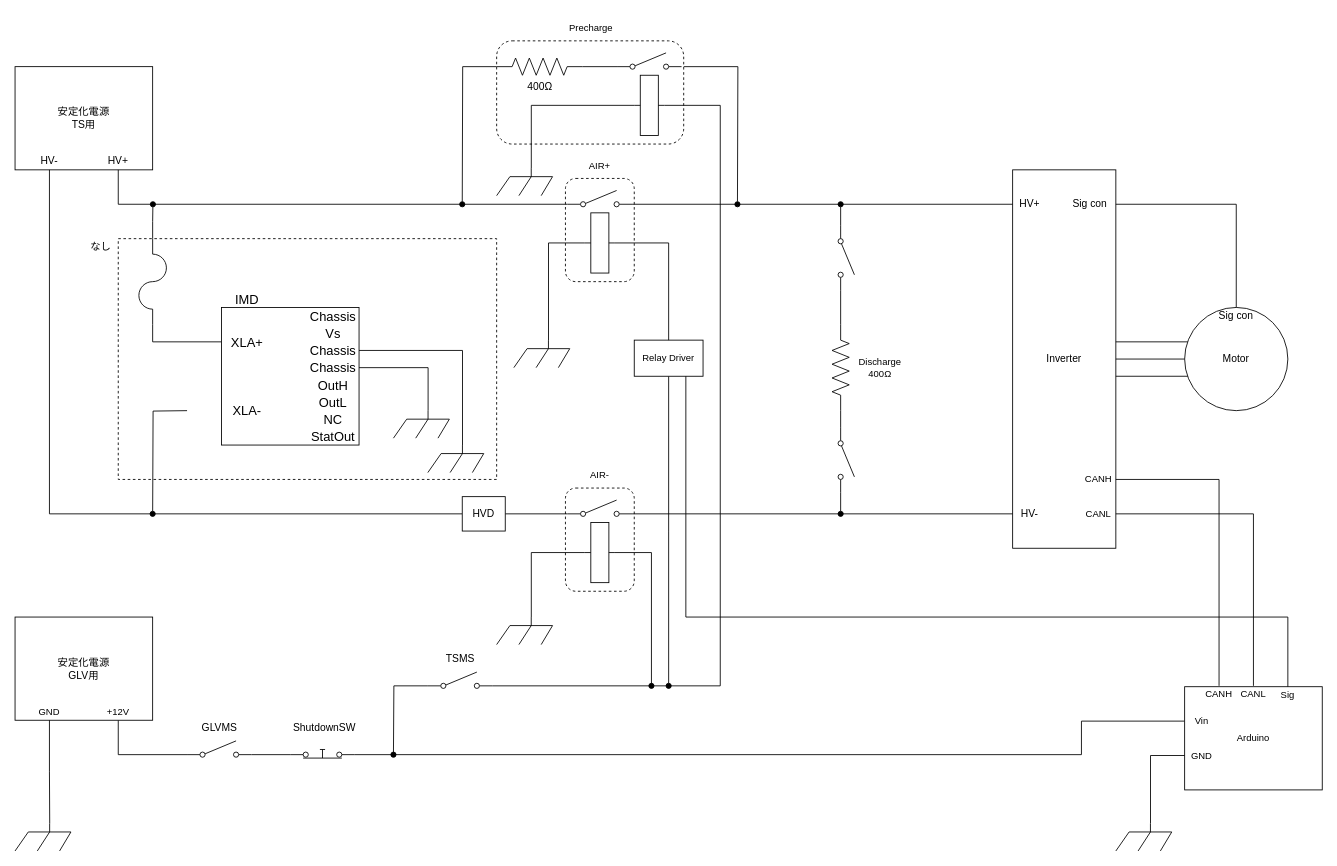
This is page "InverterTestCircuit" (6 of 6) of EVCircuit.drawio from ST04-tkmr/drawio_Schematics, a draw.io file, before an edit. Source tidied: cells renumbered, new cells numbered last; positions are measured from the earlier drawing's top-left corner, leaving out a move shared by most shapes. Both pictures are drawn from the tidied source at 86%, with x=0, y=0 at pixel (15, 15).
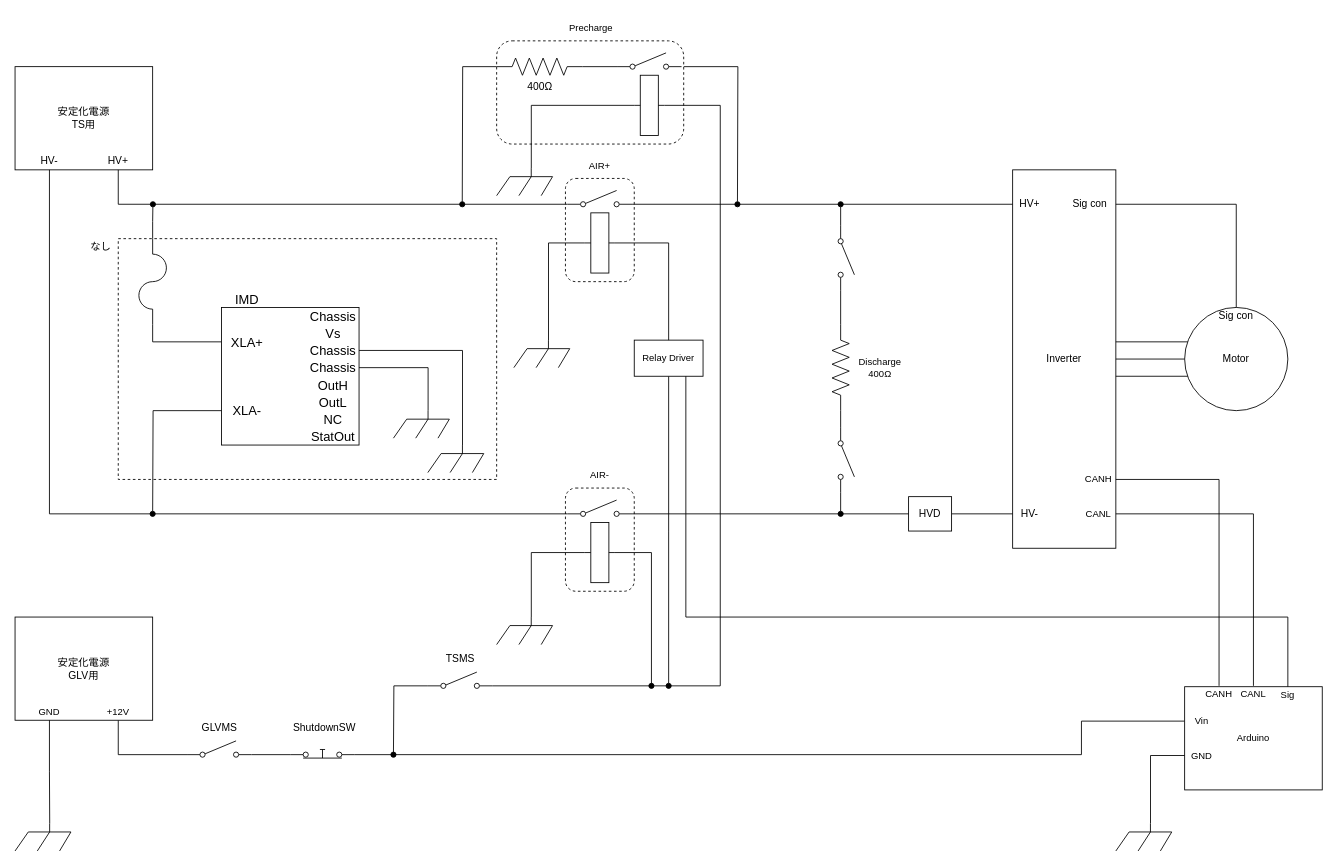
The same page after the edit.

Commit message (it also covers changes not shown here):
EVCircuit.drawio を更新します

The change refers to these unchanged cells:
```xml
<mxCell id="6" value="HV-" style="text;strokeColor=none;align=center;fillColor=none;html=1;verticalAlign=middle;whiteSpace=wrap;rounded=0;" parent="1" vertex="1">
  <mxGeometry x="20" y="160" width="40" height="20" as="geometry" />
</mxCell>
<mxCell id="17" value="HV-" style="text;strokeColor=none;align=center;fillColor=none;html=1;verticalAlign=middle;whiteSpace=wrap;rounded=0;" parent="1" vertex="1">
  <mxGeometry x="1160" y="570" width="40" height="20" as="geometry" />
</mxCell>
<mxCell id="20" style="html=1;shape=mxgraph.electrical.electro-mechanical.singleSwitch;elSwitchState=off;" parent="18" vertex="1">
  <mxGeometry x="2.5" y="44" width="75" height="20" as="geometry" />
</mxCell>
<mxCell id="44" style="group;" parent="1" vertex="1">
  <mxGeometry x="240" y="320" width="160" height="180" as="geometry" />
</mxCell>
<mxCell id="48" value="XLA-" style="text;strokeColor=none;align=center;fillColor=none;html=1;verticalAlign=middle;whiteSpace=wrap;rounded=0;fontSize=15;fontFamily=Helvetica;fontColor=default;" parent="44" vertex="1">
  <mxGeometry y="130" width="60" height="20" as="geometry" />
</mxCell>
```

Change to the diagram source:
```diff
@@
-    <mxCell id="12" style="edgeStyle=orthogonalEdgeStyle;shape=connector;rounded=0;jettySize=auto;html=1;exitX=0;exitY=0.5;exitDx=0;exitDy=0;entryX=0.5;entryY=1;entryDx=0;entryDy=0;labelBackgroundColor=default;strokeColor=default;fontFamily=Helvetica;fontSize=11;fontColor=default;endArrow=none;endFill=0;" parent="1" edge="1" source="24" target="6">
-      <mxGeometry relative="1" as="geometry" />
-    </mxCell>
@@
-    <mxCell id="23" style="edgeStyle=orthogonalEdgeStyle;shape=connector;rounded=0;jettySize=auto;html=1;exitX=1;exitY=0.5;exitDx=0;exitDy=0;entryX=0;entryY=0.8;entryDx=0;entryDy=0;labelBackgroundColor=default;strokeColor=default;fontFamily=Helvetica;fontSize=11;fontColor=default;endArrow=none;endFill=0;" parent="1" edge="1" source="24" target="20">
-      <mxGeometry relative="1" as="geometry" />
-    </mxCell>
+    <mxCell id="110" style="edgeStyle=orthogonalEdgeStyle;shape=connector;rounded=0;jettySize=auto;html=1;exitX=1;exitY=0.5;exitDx=0;exitDy=0;entryX=0;entryY=0.5;entryDx=0;entryDy=0;labelBackgroundColor=default;strokeColor=default;fontFamily=Helvetica;fontSize=11;fontColor=default;endArrow=none;endFill=0;" parent="1" edge="1" source="24" target="17">
+      <mxGeometry relative="1" as="geometry" />
+    </mxCell>
     <mxCell id="24" value="HVD" style="rounded=0;whiteSpace=wrap;html=1;" parent="1" vertex="1">
-      <mxGeometry x="520" y="560" width="50" height="40" as="geometry" />
+      <mxGeometry x="1039" y="560" width="50" height="40" as="geometry" />
     </mxCell>
@@
-    <mxCell id="47" style="edgeStyle=orthogonalEdgeStyle;shape=connector;rounded=0;orthogonalLoop=1;jettySize=auto;html=1;exitX=0;exitY=0.5;exitDx=0;exitDy=0;labelBackgroundColor=default;strokeColor=default;fontFamily=Helvetica;fontSize=11;fontColor=default;endArrow=oval;endFill=1;" parent="44" edge="1">
+    <mxCell id="47" style="edgeStyle=orthogonalEdgeStyle;shape=connector;rounded=0;jettySize=auto;html=1;exitX=0;exitY=0.5;exitDx=0;exitDy=0;labelBackgroundColor=default;strokeColor=default;fontFamily=Helvetica;fontSize=11;fontColor=default;endArrow=oval;endFill=1;" parent="44" edge="1" source="48">
       <mxGeometry relative="1" as="geometry">
-        <mxPoint x="-40" y="140" as="sourcePoint" />
         <mxPoint x="-80" y="260" as="targetPoint" />
       </mxGeometry>
     </mxCell>
@@
-    <mxCell id="59" style="edgeStyle=orthogonalEdgeStyle;shape=connector;rounded=0;jettySize=auto;html=1;exitX=1;exitY=0.8;exitDx=0;exitDy=0;entryX=0;entryY=0.5;entryDx=0;entryDy=0;labelBackgroundColor=default;strokeColor=default;fontFamily=Helvetica;fontSize=11;fontColor=default;endArrow=none;endFill=0;" parent="1" edge="1" source="20" target="17">
-      <mxGeometry relative="1" as="geometry" />
-    </mxCell>
@@
+    <mxCell id="111" style="edgeStyle=orthogonalEdgeStyle;shape=connector;rounded=0;jettySize=auto;html=1;exitX=0;exitY=0.8;exitDx=0;exitDy=0;entryX=0.5;entryY=1;entryDx=0;entryDy=0;labelBackgroundColor=default;strokeColor=default;fontFamily=Helvetica;fontSize=11;fontColor=default;endArrow=none;endFill=0;" parent="1" edge="1" source="20" target="6">
+      <mxGeometry relative="1" as="geometry" />
+    </mxCell>
+    <mxCell id="112" style="edgeStyle=orthogonalEdgeStyle;shape=connector;rounded=0;jettySize=auto;html=1;exitX=1;exitY=0.8;exitDx=0;exitDy=0;entryX=0;entryY=0.5;entryDx=0;entryDy=0;labelBackgroundColor=default;strokeColor=default;fontFamily=Helvetica;fontSize=11;fontColor=default;endArrow=none;endFill=0;" parent="1" edge="1" source="20" target="24">
+      <mxGeometry relative="1" as="geometry" />
+    </mxCell>
```
